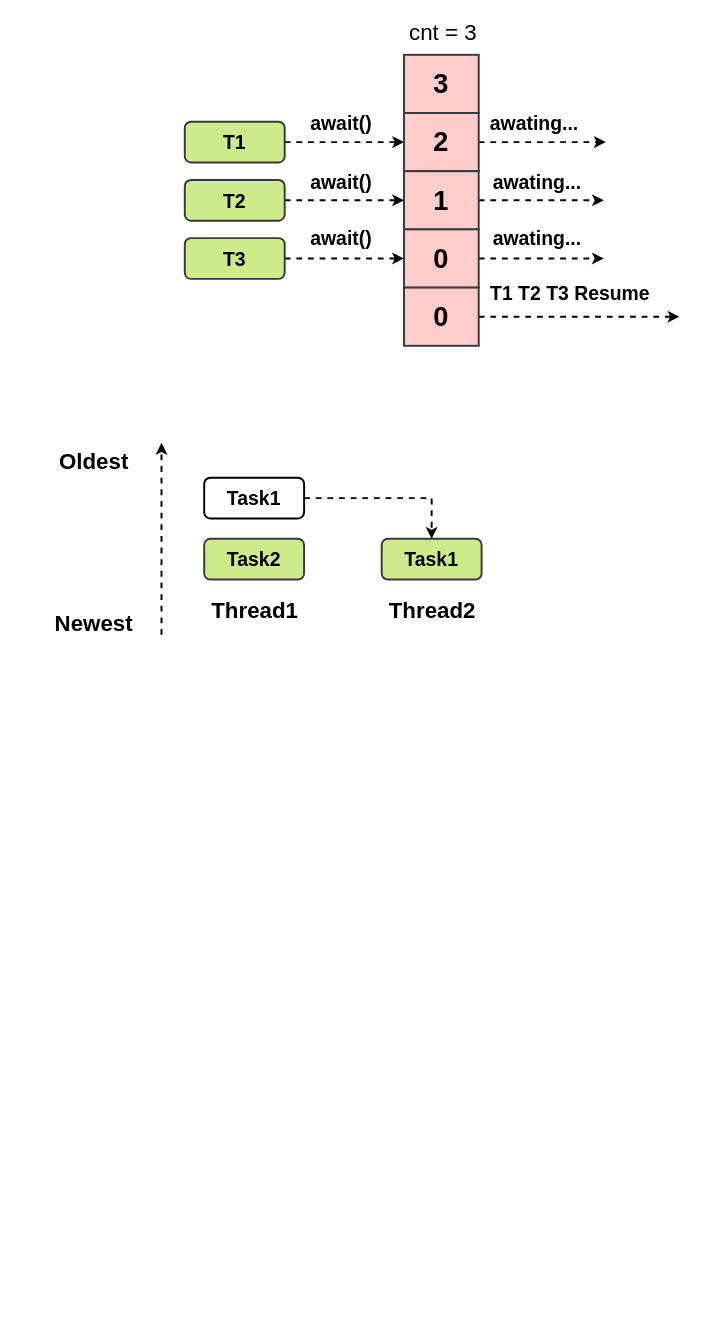
Before: A Java/架构图/协作与同步工具类.drawio in luckendeavor/ShiftJava, a draw.io diagram. Source tidied: cells renumbered, new cells numbered last; positions are measured from the earlier drawing's top-left corner, leaving out a move shared by most shapes. Both pictures are drawn from the tidied source at 97%, with x=0, y=0 at pixel (48, 16).
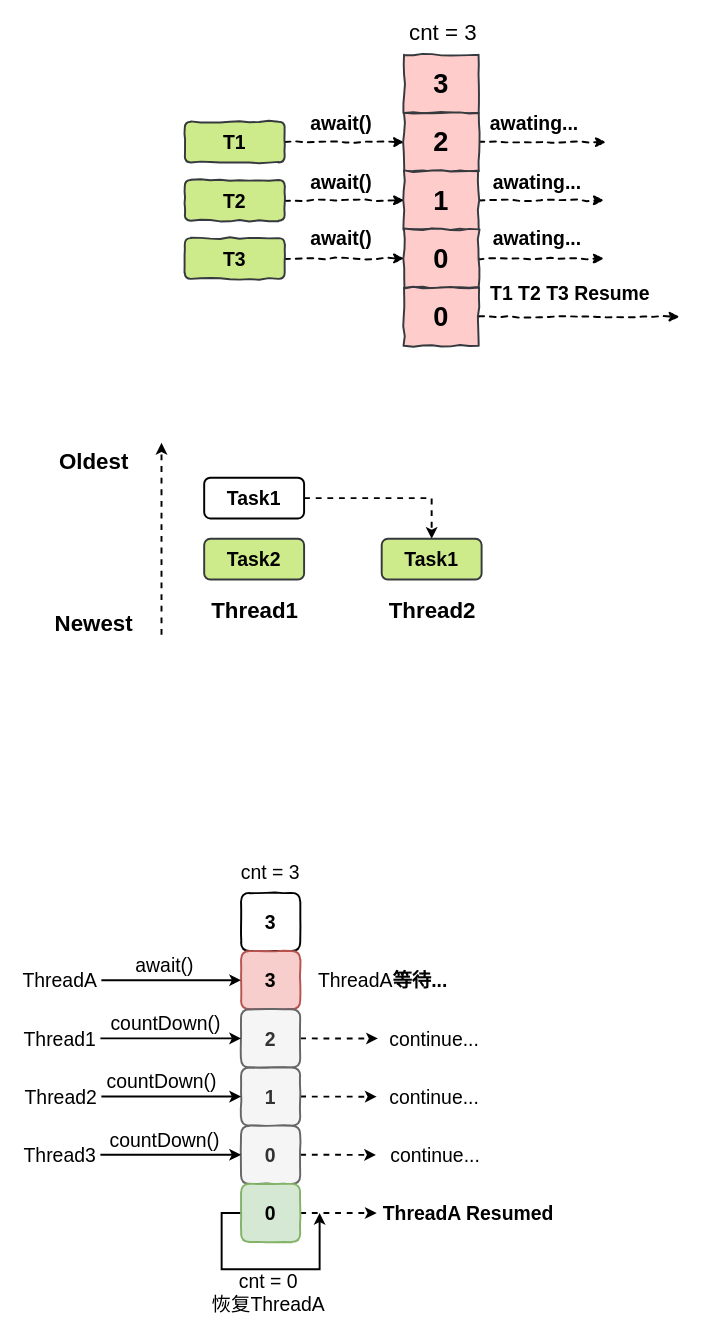
The same page after the edit.

Change to the diagram source:
```diff
@@
-    <mxCell id="2" style="edgeStyle=orthogonalEdgeStyle;rounded=0;jettySize=auto;html=1;exitX=1;exitY=0.5;exitDx=0;exitDy=0;entryX=0;entryY=0.5;entryDx=0;entryDy=0;fontSize=20;strokeWidth=2;dashed=1;" parent="1" edge="1" source="3" target="6">
+    <mxCell id="2" style="edgeStyle=orthogonalEdgeStyle;rounded=0;jettySize=auto;html=1;exitX=1;exitY=0.5;exitDx=0;exitDy=0;entryX=0;entryY=0.5;entryDx=0;entryDy=0;fontSize=20;strokeWidth=2;dashed=1;comic=1;" parent="1" edge="1" source="3" target="6">
       <mxGeometry relative="1" as="geometry" />
     </mxCell>
-    <mxCell id="3" value="T1" style="rounded=1;whiteSpace=wrap;html=1;strokeWidth=2;fontSize=20;fontStyle=1;fillColor=#cdeb8b;strokeColor=#36393d;" parent="1" vertex="1">
+    <mxCell id="3" value="T1" style="rounded=1;whiteSpace=wrap;html=1;strokeWidth=2;fontSize=20;fontStyle=1;fillColor=#cdeb8b;strokeColor=#36393d;comic=1;" parent="1" vertex="1">
       <mxGeometry x="140" y="108" width="103" height="42" as="geometry" />
     </mxCell>
-    <mxCell id="4" value="3" style="rounded=0;whiteSpace=wrap;html=1;fontSize=28;fontStyle=1;strokeWidth=2;fillColor=#ffcccc;strokeColor=#36393d;" parent="1" vertex="1">
+    <mxCell id="4" value="3" style="rounded=0;whiteSpace=wrap;html=1;fontSize=28;fontStyle=1;strokeWidth=2;fillColor=#ffcccc;strokeColor=#36393d;comic=1;" parent="1" vertex="1">
       <mxGeometry x="366" y="39" width="77" height="60" as="geometry" />
     </mxCell>
-    <mxCell id="5" style="edgeStyle=orthogonalEdgeStyle;rounded=0;jettySize=auto;html=1;exitX=1;exitY=0.5;exitDx=0;exitDy=0;dashed=1;strokeWidth=2;fontSize=20;" parent="1" edge="1" source="6">
+    <mxCell id="5" style="edgeStyle=orthogonalEdgeStyle;rounded=0;jettySize=auto;html=1;exitX=1;exitY=0.5;exitDx=0;exitDy=0;dashed=1;strokeWidth=2;fontSize=20;comic=1;" parent="1" edge="1" source="6">
       <mxGeometry relative="1" as="geometry">
         <mxPoint x="574" y="129" as="targetPoint" />
       </mxGeometry>
     </mxCell>
-    <mxCell id="6" value="2" style="rounded=0;whiteSpace=wrap;html=1;fontSize=28;fontStyle=1;strokeWidth=2;fillColor=#ffcccc;strokeColor=#36393d;" parent="1" vertex="1">
+    <mxCell id="6" value="2" style="rounded=0;whiteSpace=wrap;html=1;fontSize=28;fontStyle=1;strokeWidth=2;fillColor=#ffcccc;strokeColor=#36393d;comic=1;" parent="1" vertex="1">
       <mxGeometry x="366" y="99" width="77" height="60" as="geometry" />
     </mxCell>
-    <mxCell id="7" style="edgeStyle=orthogonalEdgeStyle;rounded=0;jettySize=auto;html=1;exitX=1;exitY=0.5;exitDx=0;exitDy=0;dashed=1;strokeWidth=2;fontSize=20;" parent="1" edge="1" source="8">
+    <mxCell id="7" style="edgeStyle=orthogonalEdgeStyle;rounded=0;jettySize=auto;html=1;exitX=1;exitY=0.5;exitDx=0;exitDy=0;dashed=1;strokeWidth=2;fontSize=20;comic=1;" parent="1" edge="1" source="8">
       <mxGeometry relative="1" as="geometry">
         <mxPoint x="572" y="189" as="targetPoint" />
       </mxGeometry>
     </mxCell>
-    <mxCell id="8" value="1" style="rounded=0;whiteSpace=wrap;html=1;fontSize=28;fontStyle=1;strokeWidth=2;fillColor=#ffcccc;strokeColor=#36393d;" parent="1" vertex="1">
+    <mxCell id="8" value="1" style="rounded=0;whiteSpace=wrap;html=1;fontSize=28;fontStyle=1;strokeWidth=2;fillColor=#ffcccc;strokeColor=#36393d;comic=1;" parent="1" vertex="1">
       <mxGeometry x="366" y="159" width="77" height="60" as="geometry" />
     </mxCell>
-    <mxCell id="9" style="edgeStyle=orthogonalEdgeStyle;rounded=0;jettySize=auto;html=1;exitX=1;exitY=0.5;exitDx=0;exitDy=0;dashed=1;strokeWidth=2;fontSize=20;" parent="1" edge="1" source="10">
+    <mxCell id="9" style="edgeStyle=orthogonalEdgeStyle;rounded=0;jettySize=auto;html=1;exitX=1;exitY=0.5;exitDx=0;exitDy=0;dashed=1;strokeWidth=2;fontSize=20;comic=1;" parent="1" edge="1" source="10">
       <mxGeometry relative="1" as="geometry">
         <mxPoint x="572" y="249" as="targetPoint" />
       </mxGeometry>
     </mxCell>
-    <mxCell id="10" value="0" style="rounded=0;whiteSpace=wrap;html=1;fontSize=28;fontStyle=1;strokeWidth=2;fillColor=#ffcccc;strokeColor=#36393d;" parent="1" vertex="1">
+    <mxCell id="10" value="0" style="rounded=0;whiteSpace=wrap;html=1;fontSize=28;fontStyle=1;strokeWidth=2;fillColor=#ffcccc;strokeColor=#36393d;comic=1;" parent="1" vertex="1">
       <mxGeometry x="366" y="219" width="77" height="60" as="geometry" />
     </mxCell>
-    <mxCell id="11" style="edgeStyle=orthogonalEdgeStyle;rounded=0;jettySize=auto;html=1;exitX=1;exitY=0.5;exitDx=0;exitDy=0;dashed=1;strokeWidth=2;fontSize=20;" parent="1" edge="1" source="12">
+    <mxCell id="11" style="edgeStyle=orthogonalEdgeStyle;rounded=0;jettySize=auto;html=1;exitX=1;exitY=0.5;exitDx=0;exitDy=0;dashed=1;strokeWidth=2;fontSize=20;comic=1;" parent="1" edge="1" source="12">
       <mxGeometry relative="1" as="geometry">
         <mxPoint x="650" y="309" as="targetPoint" />
       </mxGeometry>
     </mxCell>
-    <mxCell id="12" value="0" style="rounded=0;whiteSpace=wrap;html=1;fontSize=28;fontStyle=1;strokeWidth=2;fillColor=#ffcccc;strokeColor=#36393d;" parent="1" vertex="1">
+    <mxCell id="12" value="0" style="rounded=0;whiteSpace=wrap;html=1;fontSize=28;fontStyle=1;strokeWidth=2;fillColor=#ffcccc;strokeColor=#36393d;comic=1;" parent="1" vertex="1">
       <mxGeometry x="366" y="279" width="77" height="60" as="geometry" />
     </mxCell>
-    <mxCell id="13" style="edgeStyle=orthogonalEdgeStyle;rounded=0;jettySize=auto;html=1;entryX=0;entryY=0.5;entryDx=0;entryDy=0;dashed=1;strokeWidth=2;fontSize=20;" parent="1" edge="1" source="14" target="8">
+    <mxCell id="13" style="edgeStyle=orthogonalEdgeStyle;rounded=0;jettySize=auto;html=1;entryX=0;entryY=0.5;entryDx=0;entryDy=0;dashed=1;strokeWidth=2;fontSize=20;comic=1;" parent="1" edge="1" source="14" target="8">
       <mxGeometry relative="1" as="geometry" />
     </mxCell>
-    <mxCell id="14" value="T2" style="rounded=1;whiteSpace=wrap;html=1;strokeWidth=2;fontSize=20;fontStyle=1;fillColor=#cdeb8b;strokeColor=#36393d;" parent="1" vertex="1">
+    <mxCell id="14" value="T2" style="rounded=1;whiteSpace=wrap;html=1;strokeWidth=2;fontSize=20;fontStyle=1;fillColor=#cdeb8b;strokeColor=#36393d;comic=1;" parent="1" vertex="1">
       <mxGeometry x="140" y="168" width="103" height="42" as="geometry" />
     </mxCell>
-    <mxCell id="15" style="edgeStyle=orthogonalEdgeStyle;rounded=0;jettySize=auto;html=1;exitX=1;exitY=0.5;exitDx=0;exitDy=0;entryX=0;entryY=0.5;entryDx=0;entryDy=0;dashed=1;strokeWidth=2;fontSize=20;" parent="1" edge="1" source="16" target="10">
+    <mxCell id="15" style="edgeStyle=orthogonalEdgeStyle;rounded=0;jettySize=auto;html=1;exitX=1;exitY=0.5;exitDx=0;exitDy=0;entryX=0;entryY=0.5;entryDx=0;entryDy=0;dashed=1;strokeWidth=2;fontSize=20;comic=1;" parent="1" edge="1" source="16" target="10">
       <mxGeometry relative="1" as="geometry" />
     </mxCell>
-    <mxCell id="16" value="T3" style="rounded=1;whiteSpace=wrap;html=1;strokeWidth=2;fontSize=20;fontStyle=1;fillColor=#cdeb8b;strokeColor=#36393d;" parent="1" vertex="1">
+    <mxCell id="16" value="T3" style="rounded=1;whiteSpace=wrap;html=1;strokeWidth=2;fontSize=20;fontStyle=1;fillColor=#cdeb8b;strokeColor=#36393d;comic=1;" parent="1" vertex="1">
       <mxGeometry x="140" y="228" width="103" height="42" as="geometry" />
     </mxCell>
-    <mxCell id="17" value="cnt = 3" style="text;html=1;align=center;verticalAlign=middle;fontSize=23;" parent="1" vertex="1">
+    <mxCell id="17" value="cnt = 3" style="text;html=1;align=center;verticalAlign=middle;fontSize=23;comic=1;" parent="1" vertex="1">
       <mxGeometry x="366" width="80" height="32" as="geometry" />
     </mxCell>
-    <mxCell id="18" value="&lt;b&gt;await()&lt;/b&gt;" style="text;html=1;align=center;verticalAlign=middle;fontSize=20;" parent="1" vertex="1">
+    <mxCell id="18" value="&lt;b&gt;await()&lt;/b&gt;" style="text;html=1;align=center;verticalAlign=middle;fontSize=20;comic=1;" parent="1" vertex="1">
       <mxGeometry x="264" y="95" width="73" height="28" as="geometry" />
     </mxCell>
-    <mxCell id="19" value="&lt;b&gt;await()&lt;/b&gt;" style="text;html=1;align=center;verticalAlign=middle;fontSize=20;" parent="1" vertex="1">
+    <mxCell id="19" value="&lt;b&gt;await()&lt;/b&gt;" style="text;html=1;align=center;verticalAlign=middle;fontSize=20;comic=1;" parent="1" vertex="1">
       <mxGeometry x="264" y="156" width="73" height="28" as="geometry" />
     </mxCell>
-    <mxCell id="20" value="&lt;b&gt;await()&lt;/b&gt;" style="text;html=1;align=center;verticalAlign=middle;fontSize=20;" parent="1" vertex="1">
+    <mxCell id="20" value="&lt;b&gt;await()&lt;/b&gt;" style="text;html=1;align=center;verticalAlign=middle;fontSize=20;comic=1;" parent="1" vertex="1">
       <mxGeometry x="264" y="214" width="73" height="28" as="geometry" />
     </mxCell>
-    <mxCell id="21" value="&lt;b&gt;awating...&lt;/b&gt;" style="text;html=1;align=center;verticalAlign=middle;fontSize=20;" parent="1" vertex="1">
+    <mxCell id="21" value="&lt;b&gt;awating...&lt;/b&gt;" style="text;html=1;align=center;verticalAlign=middle;fontSize=20;comic=1;" parent="1" vertex="1">
       <mxGeometry x="449" y="95" width="101" height="28" as="geometry" />
     </mxCell>
-    <mxCell id="22" value="&lt;b&gt;awating...&lt;/b&gt;" style="text;html=1;align=center;verticalAlign=middle;fontSize=20;" parent="1" vertex="1">
+    <mxCell id="22" value="&lt;b&gt;awating...&lt;/b&gt;" style="text;html=1;align=center;verticalAlign=middle;fontSize=20;comic=1;" parent="1" vertex="1">
       <mxGeometry x="452" y="156" width="101" height="28" as="geometry" />
     </mxCell>
-    <mxCell id="23" value="&lt;b&gt;awating...&lt;/b&gt;" style="text;html=1;align=center;verticalAlign=middle;fontSize=20;" parent="1" vertex="1">
+    <mxCell id="23" value="&lt;b&gt;awating...&lt;/b&gt;" style="text;html=1;align=center;verticalAlign=middle;fontSize=20;comic=1;" parent="1" vertex="1">
       <mxGeometry x="452" y="214" width="101" height="28" as="geometry" />
     </mxCell>
-    <mxCell id="24" value="&lt;b&gt;T1 T2 T3 Resume&lt;/b&gt;" style="text;html=1;align=center;verticalAlign=middle;fontSize=20;" parent="1" vertex="1">
+    <mxCell id="24" value="&lt;b&gt;T1 T2 T3 Resume&lt;/b&gt;" style="text;html=1;align=center;verticalAlign=middle;fontSize=20;comic=1;" parent="1" vertex="1">
       <mxGeometry x="449" y="270" width="175" height="28" as="geometry" />
     </mxCell>
@@
+    <mxCell id="34" value="3" style="rounded=1;whiteSpace=wrap;html=1;comic=1;strokeWidth=2;fontSize=20;fontStyle=1;" parent="1" vertex="1">
+      <mxGeometry x="198" y="903" width="61" height="60" as="geometry" />
+    </mxCell>
+    <mxCell id="35" value="3" style="rounded=1;whiteSpace=wrap;html=1;comic=1;strokeWidth=2;fontSize=20;fontStyle=1;fillColor=#f8cecc;strokeColor=#b85450;" parent="1" vertex="1">
+      <mxGeometry x="198" y="963" width="61" height="60" as="geometry" />
+    </mxCell>
+    <mxCell id="36" style="edgeStyle=none;rounded=0;comic=0;jettySize=auto;html=1;exitX=1;exitY=0.5;exitDx=0;exitDy=0;strokeWidth=2;fontSize=20;dashed=1;" parent="1" edge="1" source="37">
+      <mxGeometry relative="1" as="geometry">
+        <mxPoint x="339.1" y="1053.1" as="targetPoint" />
+      </mxGeometry>
+    </mxCell>
+    <mxCell id="37" value="2" style="rounded=1;whiteSpace=wrap;html=1;comic=1;strokeWidth=2;fontSize=20;fontStyle=1;fillColor=#f5f5f5;strokeColor=#666666;fontColor=#333333;" parent="1" vertex="1">
+      <mxGeometry x="198" y="1023" width="61" height="60" as="geometry" />
+    </mxCell>
+    <mxCell id="38" style="edgeStyle=none;rounded=0;comic=0;jettySize=auto;html=1;exitX=1;exitY=0.5;exitDx=0;exitDy=0;strokeWidth=2;fontSize=20;dashed=1;" parent="1" edge="1" source="39">
+      <mxGeometry relative="1" as="geometry">
+        <mxPoint x="337.8" y="1113.1" as="targetPoint" />
+      </mxGeometry>
+    </mxCell>
+    <mxCell id="39" value="1" style="rounded=1;whiteSpace=wrap;html=1;comic=1;strokeWidth=2;fontSize=20;fontStyle=1;fillColor=#f5f5f5;strokeColor=#666666;fontColor=#333333;" parent="1" vertex="1">
+      <mxGeometry x="198" y="1083" width="61" height="60" as="geometry" />
+    </mxCell>
+    <mxCell id="40" style="edgeStyle=none;rounded=0;comic=0;jettySize=auto;html=1;exitX=1;exitY=0.5;exitDx=0;exitDy=0;strokeWidth=2;fontSize=20;dashed=1;" parent="1" edge="1" source="41">
+      <mxGeometry relative="1" as="geometry">
+        <mxPoint x="337.1" y="1173.1" as="targetPoint" />
+      </mxGeometry>
+    </mxCell>
+    <mxCell id="41" value="0" style="rounded=1;whiteSpace=wrap;html=1;comic=1;strokeWidth=2;fontSize=20;fontStyle=1;fillColor=#f5f5f5;strokeColor=#666666;fontColor=#333333;" parent="1" vertex="1">
+      <mxGeometry x="198" y="1143" width="61" height="60" as="geometry" />
+    </mxCell>
+    <mxCell id="42" style="edgeStyle=orthogonalEdgeStyle;rounded=0;comic=0;jettySize=auto;html=1;exitX=0;exitY=0.5;exitDx=0;exitDy=0;strokeWidth=2;fontSize=20;" parent="1" edge="1" source="44">
+      <mxGeometry relative="1" as="geometry">
+        <mxPoint x="279" y="1233" as="targetPoint" />
+        <Array as="points">
+          <mxPoint x="178" y="1233" />
+          <mxPoint x="178" y="1291" />
+          <mxPoint x="279" y="1291" />
+        </Array>
+      </mxGeometry>
+    </mxCell>
+    <mxCell id="43" style="edgeStyle=orthogonalEdgeStyle;rounded=0;comic=0;jettySize=auto;html=1;exitX=1;exitY=0.5;exitDx=0;exitDy=0;strokeWidth=2;fontSize=20;dashed=1;" parent="1" edge="1" source="44">
+      <mxGeometry relative="1" as="geometry">
+        <mxPoint x="337.8" y="1233.1" as="targetPoint" />
+      </mxGeometry>
+    </mxCell>
+    <mxCell id="44" value="0" style="rounded=1;whiteSpace=wrap;html=1;comic=1;strokeWidth=2;fontSize=20;fontStyle=1;fillColor=#d5e8d4;strokeColor=#82b366;" parent="1" vertex="1">
+      <mxGeometry x="198" y="1203" width="61" height="60" as="geometry" />
+    </mxCell>
+    <mxCell id="45" style="edgeStyle=none;rounded=0;comic=0;jettySize=auto;html=1;entryX=0;entryY=0.5;entryDx=0;entryDy=0;strokeWidth=2;fontSize=20;" parent="1" edge="1" source="46" target="35">
+      <mxGeometry relative="1" as="geometry" />
+    </mxCell>
+    <mxCell id="46" value="ThreadA" style="text;html=1;align=center;verticalAlign=middle;points=[];fontSize=20;" parent="1" vertex="1">
+      <mxGeometry x="-33" y="979" width="87" height="28" as="geometry" />
+    </mxCell>
+    <mxCell id="47" value="await()" style="text;html=1;align=center;verticalAlign=middle;fontSize=20;" parent="1" vertex="1">
+      <mxGeometry x="84" y="963" width="70" height="28" as="geometry" />
+    </mxCell>
+    <mxCell id="48" value="&lt;span style=&quot;font-weight: 400&quot;&gt;ThreadA&lt;/span&gt;等待..." style="text;html=1;align=center;verticalAlign=middle;fontSize=20;fontStyle=1;" parent="1" vertex="1">
+      <mxGeometry x="272" y="979" width="143" height="28" as="geometry" />
+    </mxCell>
+    <mxCell id="49" value="cnt = 3" style="text;html=1;align=center;verticalAlign=middle;fontSize=20;" parent="1" vertex="1">
+      <mxGeometry x="192" y="867" width="71" height="28" as="geometry" />
+    </mxCell>
+    <mxCell id="50" style="edgeStyle=none;rounded=0;comic=0;jettySize=auto;html=1;entryX=0;entryY=0.5;entryDx=0;entryDy=0;strokeWidth=2;fontSize=20;" parent="1" edge="1" source="51" target="37">
+      <mxGeometry relative="1" as="geometry" />
+    </mxCell>
+    <mxCell id="51" value="Thread1" style="text;html=1;align=center;verticalAlign=middle;points=[];fontSize=20;" parent="1" vertex="1">
+      <mxGeometry x="-32" y="1039" width="85" height="28" as="geometry" />
+    </mxCell>
+    <mxCell id="52" style="edgeStyle=none;rounded=0;comic=0;jettySize=auto;html=1;entryX=0;entryY=0.5;entryDx=0;entryDy=0;strokeWidth=2;fontSize=20;" parent="1" edge="1" source="53" target="39">
+      <mxGeometry relative="1" as="geometry" />
+    </mxCell>
+    <mxCell id="53" value="Thread2" style="text;html=1;align=center;verticalAlign=middle;points=[];fontSize=20;" parent="1" vertex="1">
+      <mxGeometry x="-31" y="1099" width="85" height="28" as="geometry" />
+    </mxCell>
+    <mxCell id="54" style="edgeStyle=none;rounded=0;comic=0;jettySize=auto;html=1;entryX=0;entryY=0.5;entryDx=0;entryDy=0;strokeWidth=2;fontSize=20;" parent="1" edge="1" source="55" target="41">
+      <mxGeometry relative="1" as="geometry" />
+    </mxCell>
+    <mxCell id="55" value="Thread3" style="text;html=1;align=center;verticalAlign=middle;points=[];fontSize=20;" parent="1" vertex="1">
+      <mxGeometry x="-32" y="1159" width="85" height="28" as="geometry" />
+    </mxCell>
+    <mxCell id="56" value="countDown()" style="text;html=1;align=center;verticalAlign=middle;fontSize=20;" parent="1" vertex="1">
+      <mxGeometry x="58" y="1023" width="123" height="28" as="geometry" />
+    </mxCell>
+    <mxCell id="57" value="countDown()" style="text;html=1;align=center;verticalAlign=middle;fontSize=20;" parent="1" vertex="1">
+      <mxGeometry x="54" y="1083" width="123" height="28" as="geometry" />
+    </mxCell>
+    <mxCell id="58" value="countDown()" style="text;html=1;align=center;verticalAlign=middle;fontSize=20;" parent="1" vertex="1">
+      <mxGeometry x="57.5" y="1143" width="123" height="28" as="geometry" />
+    </mxCell>
+    <mxCell id="59" value="continue..." style="text;html=1;align=center;verticalAlign=middle;fontSize=20;" parent="1" vertex="1">
+      <mxGeometry x="345.5" y="1039" width="102" height="28" as="geometry" />
+    </mxCell>
+    <mxCell id="60" value="continue..." style="text;html=1;align=center;verticalAlign=middle;fontSize=20;" parent="1" vertex="1">
+      <mxGeometry x="345.5" y="1099" width="102" height="28" as="geometry" />
+    </mxCell>
+    <mxCell id="61" value="continue..." style="text;html=1;align=center;verticalAlign=middle;fontSize=20;" parent="1" vertex="1">
+      <mxGeometry x="347" y="1159" width="102" height="28" as="geometry" />
+    </mxCell>
+    <mxCell id="62" value="ThreadA Resumed" style="text;html=1;align=center;verticalAlign=middle;fontSize=20;fontStyle=1;" parent="1" vertex="1">
+      <mxGeometry x="339" y="1219" width="186" height="28" as="geometry" />
+    </mxCell>
+    <mxCell id="63" value="cnt = 0&lt;br&gt;恢复ThreadA" style="text;html=1;align=center;verticalAlign=middle;fontSize=20;" parent="1" vertex="1">
+      <mxGeometry x="162.5" y="1289" width="127" height="52" as="geometry" />
+    </mxCell>
```
